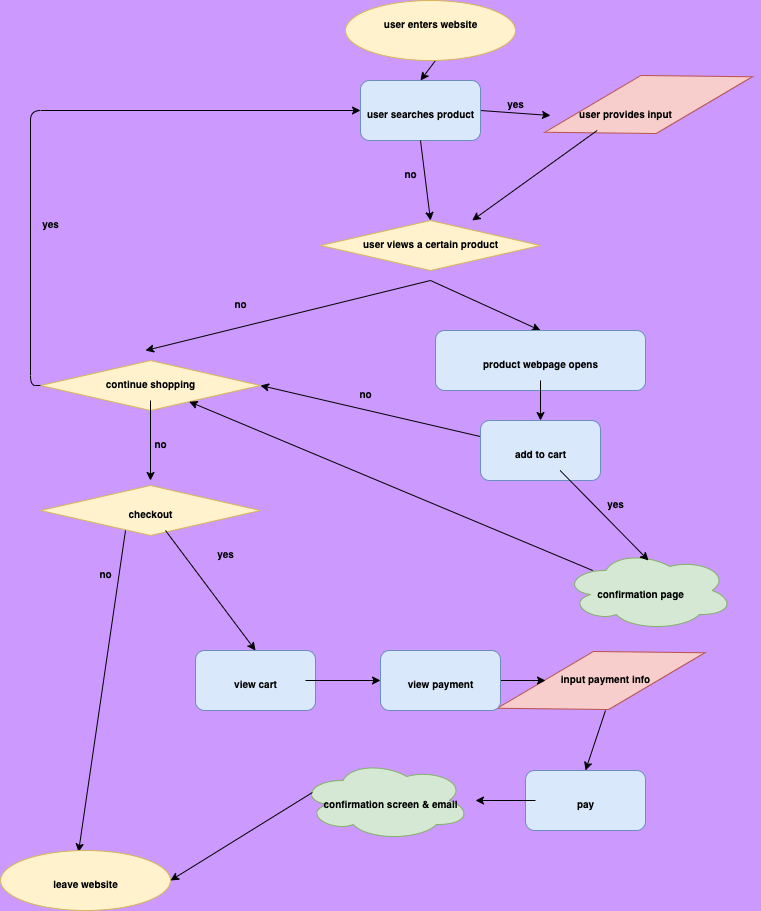
Above: explore/diagramming/diagram.drawio.png in amtjitro/sp23-cse110-lab4 (draw.io), before the change. Source tidied: cells renumbered, new cells last; positions are measured from the earlier drawing's top-left corner, leaving out a move shared by most shapes.
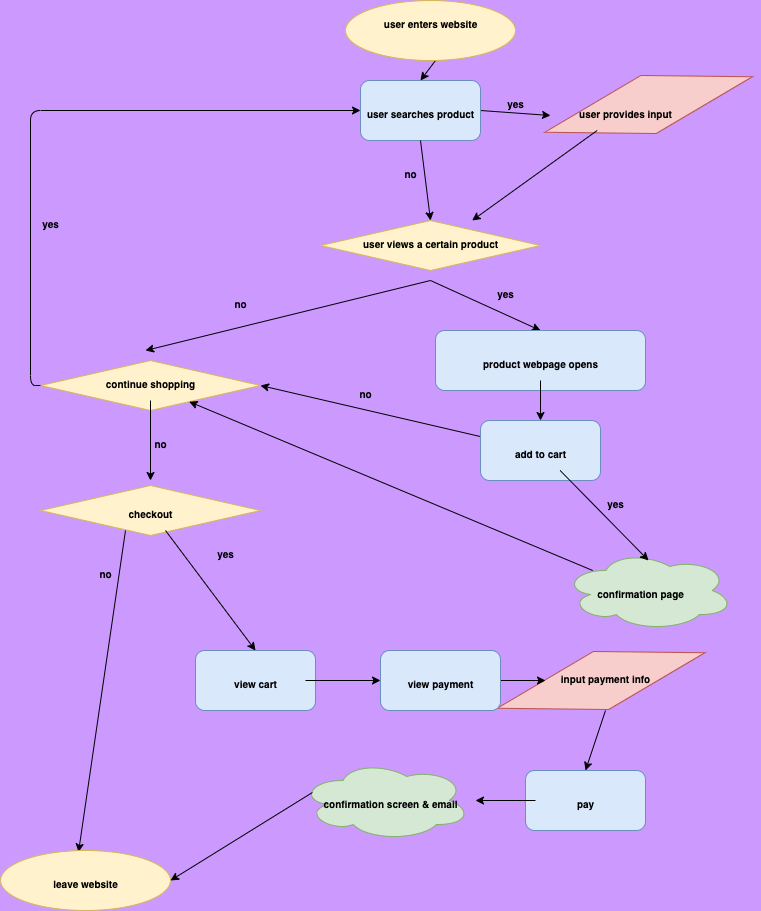
The same file after the commit.

Commit message:
fixed arrow label on diagram

Change to the diagram source:
```diff
@@ -200,5 +200,8 @@
     <mxCell id="59" value="&lt;font style=&quot;font-size: 10px;&quot;&gt;yes&lt;br&gt;&lt;/font&gt;" style="text;strokeColor=none;fillColor=none;html=1;fontSize=24;fontStyle=1;verticalAlign=middle;align=center;fontColor=#000000;" parent="1" vertex="1">
       <mxGeometry x="175" y="530" width="100" height="40" as="geometry" />
     </mxCell>
+    <mxCell id="60" value="&lt;font style=&quot;font-size: 10px;&quot;&gt;yes&lt;/font&gt;" style="text;strokeColor=none;fillColor=none;html=1;fontSize=24;fontStyle=1;verticalAlign=middle;align=center;fontColor=#000000;" parent="1" vertex="1">
+      <mxGeometry x="455" y="270" width="100" height="40" as="geometry" />
+    </mxCell>
   </root>
 </mxGraphModel>
```
